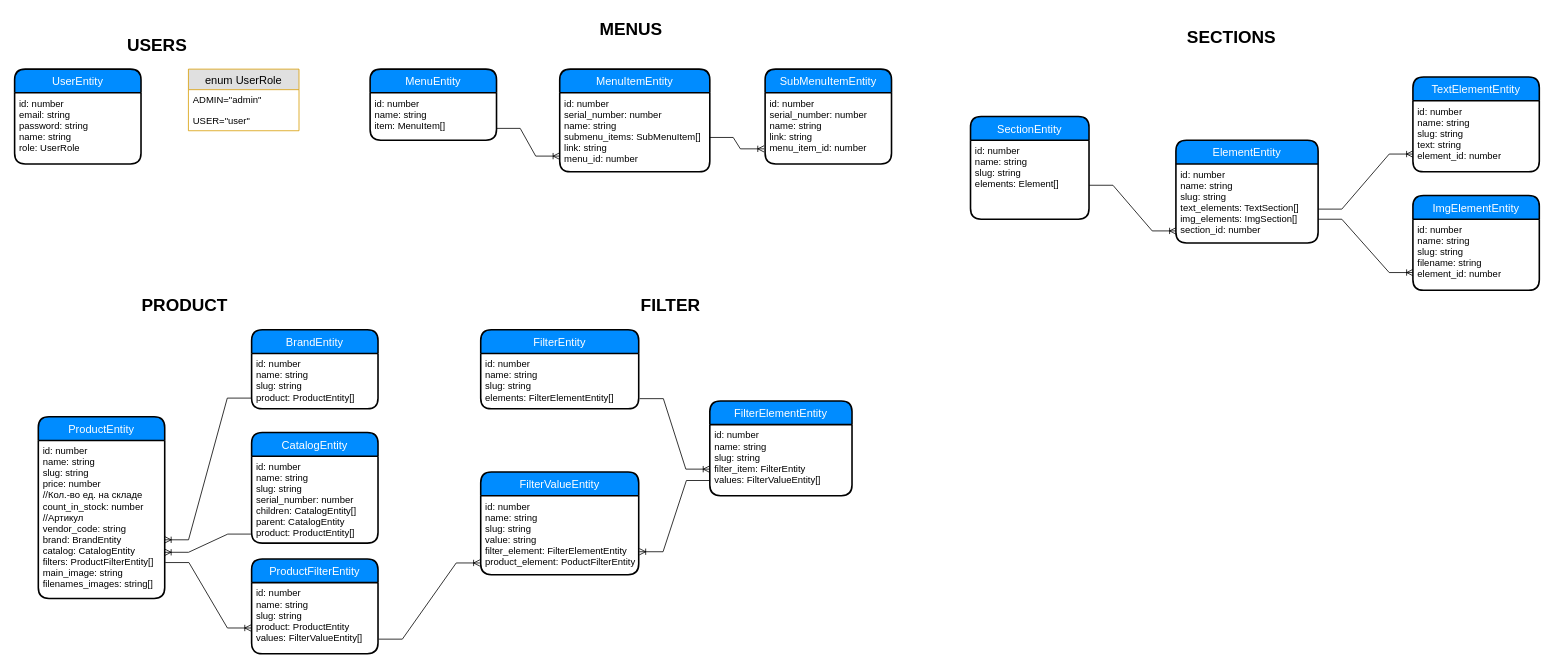
The draw.io diagram page "DB" (2 of 2) of Diagram.drawio in alexsmith-proff/marketplace_of_flowers, before the edit. Source tidied: cells renumbered, new cells numbered last; positions are measured from the earlier drawing's top-left corner, leaving out a move shared by most shapes. Both pictures are drawn from the tidied source at 79%, with x=0, y=0 at pixel (14, 13).
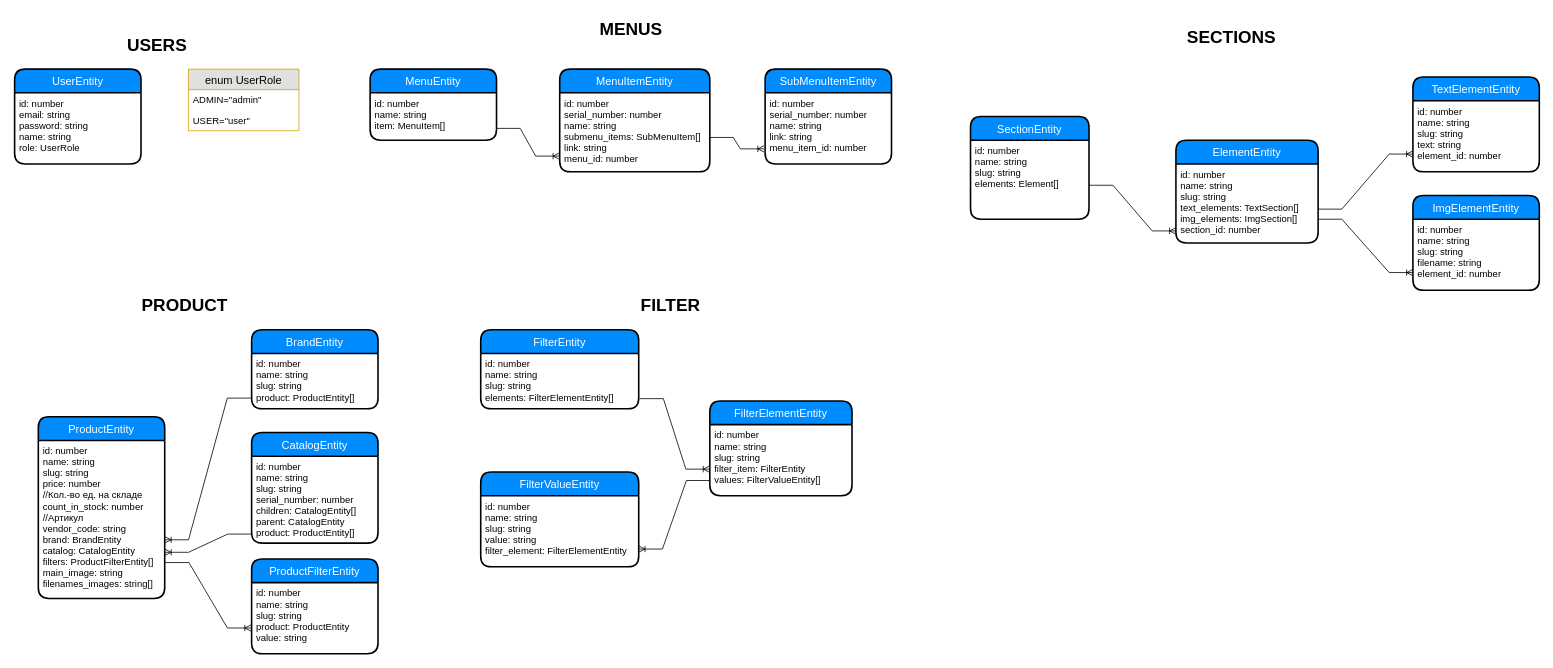
Above is the later version.

Unchanged cells that the change refers to:
```xml
<mxCell id="35" value="ProductFilterEntity" style="swimlane;horizontal=1;startSize=30;fillColor=#008cff;fontColor=#FFFFFF;rounded=1;fontSize=14;fontStyle=0;strokeWidth=2;shadow=0;dashed=0;align=center;" parent="1" vertex="1">
  <mxGeometry x="300" y="690" width="160" height="120" as="geometry" />
</mxCell>
<mxCell id="42" value="id: number&#10;name: string&#10;slug: string&#10;filter_item: FilterEntity&#10;values: FilterValueEntity[]" style="align=left;strokeColor=none;fillColor=none;spacingLeft=4;fontSize=12;verticalAlign=top;" parent="41" vertex="1">
  <mxGeometry y="30" width="180" height="90" as="geometry" />
</mxCell>
```

Diff of the diagram source:
```diff
@@
-    <mxCell id="36" value="id: number&#10;name: string&#10;slug: string&#10;product: ProductEntity&#10;values: FilterValueEntity[]" style="align=left;strokeColor=none;fillColor=none;spacingLeft=4;fontSize=12;verticalAlign=top;" parent="35" vertex="1">
+    <mxCell id="36" value="id: number&#10;name: string&#10;slug: string&#10;product: ProductEntity&#10;value: string" style="align=left;strokeColor=none;fillColor=none;spacingLeft=4;fontSize=12;verticalAlign=top;" parent="35" vertex="1">
       <mxGeometry y="30" width="160" height="90" as="geometry" />
     </mxCell>
@@
     <mxCell id="43" value="FilterValueEntity" style="swimlane;horizontal=1;startSize=30;fillColor=#008cff;fontColor=#FFFFFF;rounded=1;fontSize=14;fontStyle=0;strokeWidth=2;shadow=0;dashed=0;align=center;" parent="1" vertex="1">
-      <mxGeometry x="590" y="580" width="200" height="130" as="geometry" />
+      <mxGeometry x="590" y="580" width="200" height="120" as="geometry" />
     </mxCell>
-    <mxCell id="44" value="id: number&#10;name: string&#10;slug: string&#10;value: string&#10;filter_element: FilterElementEntity&#10;product_element: PoductFilterEntity" style="align=left;strokeColor=none;fillColor=none;spacingLeft=4;fontSize=12;verticalAlign=top;" parent="43" vertex="1">
-      <mxGeometry y="30" width="200" height="100" as="geometry" />
+    <mxCell id="44" value="id: number&#10;name: string&#10;slug: string&#10;value: string&#10;filter_element: FilterElementEntity" style="align=left;strokeColor=none;fillColor=none;spacingLeft=4;fontSize=12;verticalAlign=top;" parent="43" vertex="1">
+      <mxGeometry y="30" width="200" height="90" as="geometry" />
     </mxCell>
@@
-    <mxCell id="49" style="edgeStyle=entityRelationEdgeStyle;fontSize=12;html=1;endArrow=ERoneToMany;rounded=0;entryX=1.004;entryY=0.709;entryDx=0;entryDy=0;entryPerimeter=0;exitX=0.002;exitY=0.786;exitDx=0;exitDy=0;exitPerimeter=0;" parent="1" edge="1" source="42" target="44">
+    <mxCell id="49" style="edgeStyle=entityRelationEdgeStyle;fontSize=12;html=1;endArrow=ERoneToMany;rounded=0;entryX=1;entryY=0.75;entryDx=0;entryDy=0;exitX=0.002;exitY=0.786;exitDx=0;exitDy=0;exitPerimeter=0;" parent="1" edge="1" source="42" target="44">
       <mxGeometry relative="1" as="geometry" />
     </mxCell>
-    <mxCell id="50" style="edgeStyle=entityRelationEdgeStyle;fontSize=12;html=1;endArrow=ERoneToMany;rounded=0;entryX=-0.005;entryY=0.851;entryDx=0;entryDy=0;entryPerimeter=0;exitX=1.005;exitY=0.795;exitDx=0;exitDy=0;exitPerimeter=0;" parent="1" edge="1" source="36" target="44">
-      <mxGeometry relative="1" as="geometry" />
-    </mxCell>
```
